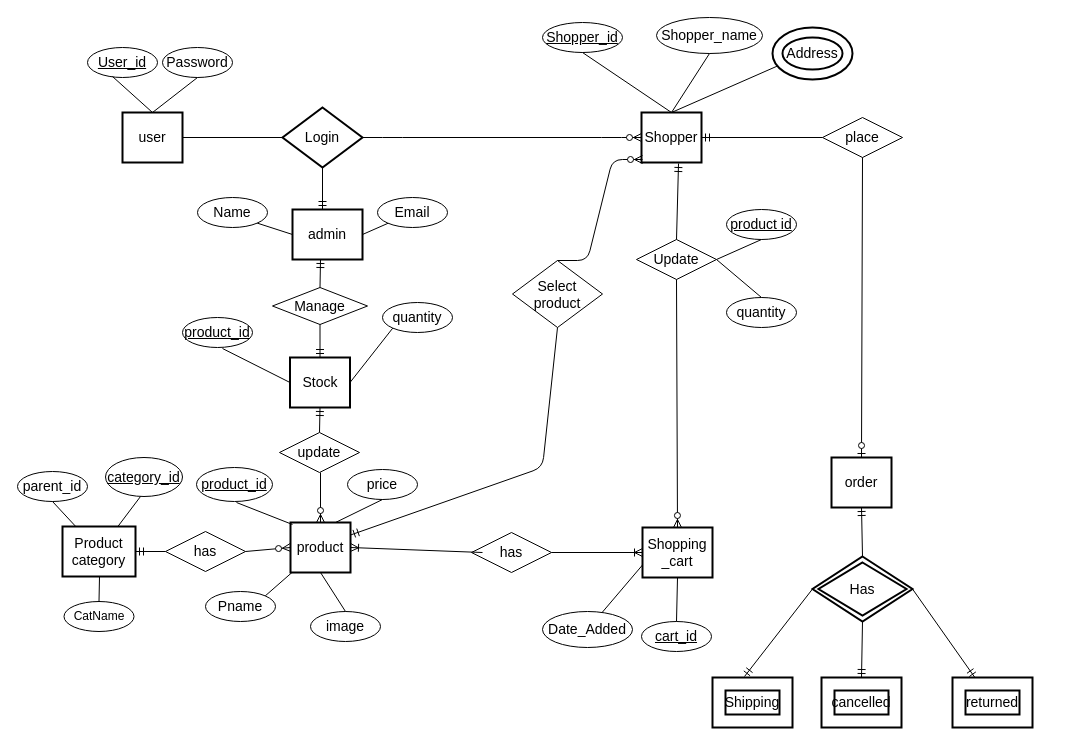
This is DBMS/DBMS-Assignment-1/StoreFront.drawio from meta-rahul-vijay/GET-2019-Assignment, a draw.io file, before an edit. Source tidied: cells renumbered, new cells numbered last; positions are measured from the earlier drawing's top-left corner, leaving out a move shared by most shapes. Both pictures are drawn from the tidied source at 100%, with x=0, y=0 at pixel (17, 17).
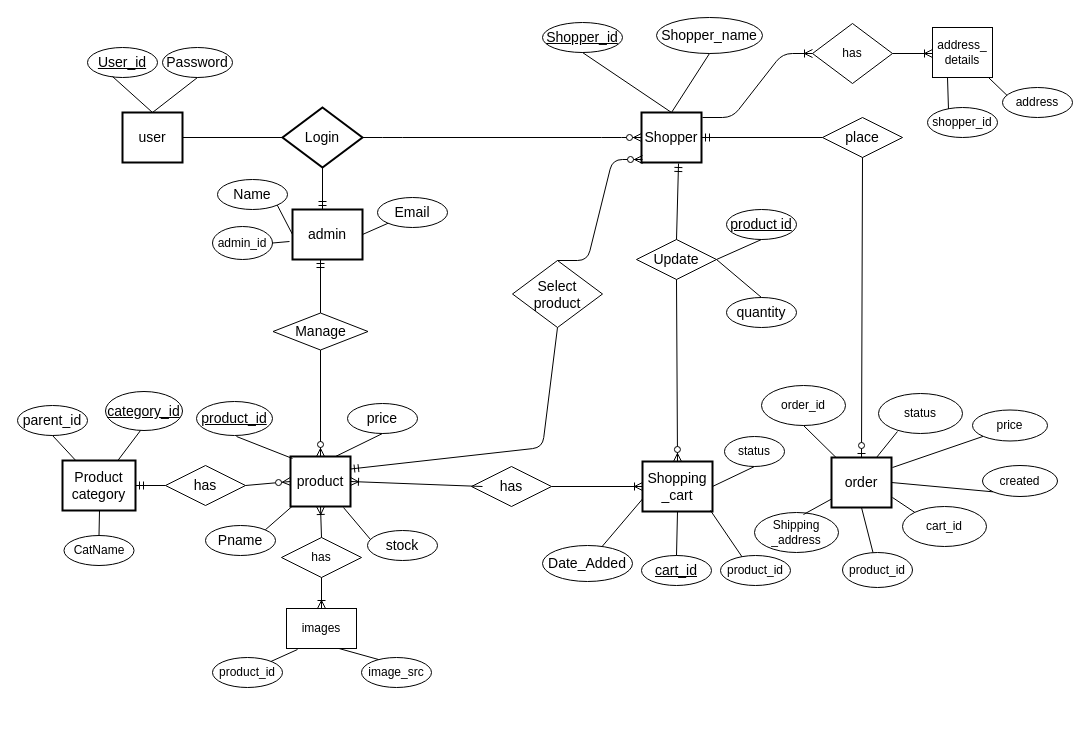
The same page after the edit.

The change refers to these unchanged cells:
```xml
<mxCell id="6" value="Shopper" style="strokeWidth=2;whiteSpace=wrap;html=1;align=center;fontSize=14;" parent="1" vertex="1">
  <mxGeometry x="624" y="95" width="60" height="50" as="geometry" />
</mxCell>
<mxCell id="35" value="&lt;font style=&quot;font-size: 14px;&quot;&gt;order&lt;/font&gt;" style="strokeWidth=2;whiteSpace=wrap;html=1;align=center;fontSize=14;" parent="1" vertex="1">
  <mxGeometry x="814" y="440" width="60" height="50" as="geometry" />
</mxCell>
<mxCell id="56" value="Select&lt;br style=&quot;font-size: 14px;&quot;&gt;product" style="rhombus;whiteSpace=wrap;html=1;fontSize=14;" parent="1" vertex="1">
  <mxGeometry x="495" y="243" width="90" height="67" as="geometry" />
</mxCell>
```

The edit, as a diff of the source:
```diff
@@
     <mxCell id="9" value="Name" style="ellipse;whiteSpace=wrap;html=1;fontSize=14;" parent="1" vertex="1">
-      <mxGeometry x="180" y="180" width="70" height="30" as="geometry" />
+      <mxGeometry x="200" y="162" width="70" height="30" as="geometry" />
     </mxCell>
@@
     <mxCell id="15" value="&lt;font style=&quot;font-size: 14px&quot;&gt;Shopping&lt;br&gt;_cart&lt;/font&gt;" style="strokeWidth=2;whiteSpace=wrap;html=1;align=center;fontSize=14;" parent="1" vertex="1">
-      <mxGeometry x="625" y="510" width="70" height="50" as="geometry" />
+      <mxGeometry x="625" y="444" width="70" height="50" as="geometry" />
     </mxCell>
@@
     <mxCell id="17" value="has" style="rhombus;whiteSpace=wrap;html=1;fontSize=14;" parent="1" vertex="1">
-      <mxGeometry x="454" y="515" width="80" height="40" as="geometry" />
+      <mxGeometry x="454" y="449" width="80" height="40" as="geometry" />
     </mxCell>
     <mxCell id="18" value="&lt;font style=&quot;font-size: 14px;&quot;&gt;product&lt;/font&gt;" style="strokeWidth=2;whiteSpace=wrap;html=1;align=center;fontSize=14;" parent="1" vertex="1">
-      <mxGeometry x="273" y="505" width="60" height="50" as="geometry" />
+      <mxGeometry x="273" y="439" width="60" height="50" as="geometry" />
     </mxCell>
     <mxCell id="19" value="has" style="rhombus;whiteSpace=wrap;html=1;fontSize=14;" parent="1" vertex="1">
-      <mxGeometry x="148" y="514" width="80" height="40" as="geometry" />
+      <mxGeometry x="148" y="448" width="80" height="40" as="geometry" />
     </mxCell>
     <mxCell id="20" value="&lt;span style=&quot;font-size: 14px&quot;&gt;Product&lt;br&gt;category&lt;/span&gt;" style="strokeWidth=2;whiteSpace=wrap;html=1;align=center;fontSize=14;" parent="1" vertex="1">
-      <mxGeometry x="45" y="509" width="73" height="50" as="geometry" />
+      <mxGeometry x="45" y="443" width="73" height="50" as="geometry" />
     </mxCell>
     <mxCell id="21" value="Date_Added" style="ellipse;whiteSpace=wrap;html=1;fontSize=14;" parent="1" vertex="1">
-      <mxGeometry x="525" y="594" width="90" height="36" as="geometry" />
+      <mxGeometry x="525" y="528" width="90" height="36" as="geometry" />
     </mxCell>
     <mxCell id="22" value="&lt;u style=&quot;font-size: 14px;&quot;&gt;cart_id&lt;/u&gt;" style="ellipse;whiteSpace=wrap;html=1;fontSize=14;" parent="1" vertex="1">
-      <mxGeometry x="624" y="604" width="70" height="30" as="geometry" />
+      <mxGeometry x="624" y="538" width="70" height="30" as="geometry" />
     </mxCell>
@@
     <mxCell id="24" style="fontSize=14;html=1;endArrow=ERoneToMany;entryX=1;entryY=0.5;entryDx=0;entryDy=0;exitX=0;exitY=0.5;exitDx=0;exitDy=0;" parent="1" edge="1" target="18">
       <mxGeometry relative="1" as="geometry">
-        <mxPoint x="465" y="535" as="sourcePoint" />
+        <mxPoint x="465" y="469" as="sourcePoint" />
       </mxGeometry>
     </mxCell>
@@
     <mxCell id="27" value="Pname" style="ellipse;whiteSpace=wrap;html=1;fontSize=14;" parent="1" vertex="1">
-      <mxGeometry x="188" y="574" width="70" height="30" as="geometry" />
+      <mxGeometry x="188" y="508" width="70" height="30" as="geometry" />
     </mxCell>
     <mxCell id="28" value="&lt;u style=&quot;font-size: 14px;&quot;&gt;product_id&lt;/u&gt;" style="ellipse;whiteSpace=wrap;html=1;fontSize=14;" parent="1" vertex="1">
-      <mxGeometry x="179" y="450" width="76" height="34" as="geometry" />
+      <mxGeometry x="179" y="384" width="76" height="34" as="geometry" />
     </mxCell>
     <mxCell id="29" value="price" style="ellipse;whiteSpace=wrap;html=1;fontSize=14;" parent="1" vertex="1">
-      <mxGeometry x="330" y="452" width="70" height="30" as="geometry" />
+      <mxGeometry x="330" y="386" width="70" height="30" as="geometry" />
     </mxCell>
-    <mxCell id="30" value="image" style="ellipse;whiteSpace=wrap;html=1;fontSize=14;" parent="1" vertex="1">
-      <mxGeometry x="293" y="594" width="70" height="30" as="geometry" />
+    <mxCell id="30" value="stock" style="ellipse;whiteSpace=wrap;html=1;fontSize=14;" parent="1" vertex="1">
+      <mxGeometry x="350" y="513" width="70" height="30" as="geometry" />
     </mxCell>
     <mxCell id="31" value="&lt;font style=&quot;font-size: 14px&quot;&gt;parent_id&lt;/font&gt;" style="ellipse;whiteSpace=wrap;html=1;" parent="1" vertex="1">
-      <mxGeometry y="454" width="70" height="30" as="geometry" />
+      <mxGeometry y="388" width="70" height="30" as="geometry" />
     </mxCell>
     <mxCell id="32" value="CatName" style="ellipse;whiteSpace=wrap;html=1;" parent="1" vertex="1">
-      <mxGeometry x="46.5" y="584" width="70" height="30" as="geometry" />
+      <mxGeometry x="46.5" y="518" width="70" height="30" as="geometry" />
     </mxCell>
     <mxCell id="33" value="&lt;u style=&quot;font-size: 14px&quot;&gt;category_id&lt;/u&gt;" style="ellipse;whiteSpace=wrap;html=1;fontSize=14;" parent="1" vertex="1">
-      <mxGeometry x="88" y="440" width="77" height="39" as="geometry" />
+      <mxGeometry x="88" y="374" width="77" height="39" as="geometry" />
     </mxCell>
@@
-    <mxCell id="36" value="&lt;font style=&quot;font-size: 14px;&quot;&gt;Shipping&lt;/font&gt;" style="shape=ext;strokeWidth=2;margin=10;double=1;whiteSpace=wrap;html=1;align=center;fontSize=14;" parent="1" vertex="1">
-      <mxGeometry x="695" y="660" width="80" height="50" as="geometry" />
-    </mxCell>
-    <mxCell id="37" value="Has" style="shape=rhombus;double=1;strokeWidth=2;fontSize=14;perimeter=rhombusPerimeter;whiteSpace=wrap;html=1;align=center;fontSize=14;" parent="1" vertex="1">
-      <mxGeometry x="795" y="539" width="100" height="65" as="geometry" />
-    </mxCell>
-    <mxCell id="38" value="&lt;font style=&quot;font-size: 14px;&quot;&gt;cancelled&lt;/font&gt;" style="shape=ext;strokeWidth=2;margin=10;double=1;whiteSpace=wrap;html=1;align=center;fontSize=14;" parent="1" vertex="1">
-      <mxGeometry x="804" y="660" width="80" height="50" as="geometry" />
-    </mxCell>
-    <mxCell id="39" value="&lt;font style=&quot;font-size: 14px;&quot;&gt;returned&lt;/font&gt;" style="shape=ext;strokeWidth=2;margin=10;double=1;whiteSpace=wrap;html=1;align=center;fontSize=14;" parent="1" vertex="1">
-      <mxGeometry x="935" y="660" width="80" height="50" as="geometry" />
-    </mxCell>
@@
     <mxCell id="41" value="Manage" style="rhombus;whiteSpace=wrap;html=1;fontSize=14;" parent="1" vertex="1">
-      <mxGeometry x="255" y="270" width="95" height="37" as="geometry" />
+      <mxGeometry x="255.5" y="295.5" width="95" height="37" as="geometry" />
     </mxCell>
@@
-    <mxCell id="43" value="&lt;span style=&quot;font-size: 14px;&quot;&gt;Stock&lt;/span&gt;" style="strokeWidth=2;whiteSpace=wrap;html=1;align=center;fontSize=14;" parent="1" vertex="1">
-      <mxGeometry x="272.5" y="340" width="60" height="50" as="geometry" />
-    </mxCell>
-    <mxCell id="44" value="&lt;u style=&quot;font-size: 14px;&quot;&gt;product_id&lt;/u&gt;" style="ellipse;whiteSpace=wrap;html=1;fontSize=14;" parent="1" vertex="1">
-      <mxGeometry x="165" y="300" width="70" height="30" as="geometry" />
-    </mxCell>
-    <mxCell id="45" value="quantity" style="ellipse;whiteSpace=wrap;html=1;fontSize=14;" parent="1" vertex="1">
-      <mxGeometry x="365" y="285" width="70" height="30" as="geometry" />
-    </mxCell>
@@
-    <mxCell id="47" style="fontSize=14;html=1;endArrow=ERmandOne;exitX=0;exitY=0.5;exitDx=0;exitDy=0;entryX=0.4;entryY=-0.02;entryDx=0;entryDy=0;entryPerimeter=0;" parent="1" edge="1" source="37" target="36">
-      <mxGeometry relative="1" as="geometry" />
-    </mxCell>
-    <mxCell id="48" style="fontSize=14;html=1;endArrow=ERmandOne;exitX=1;exitY=0.5;exitDx=0;exitDy=0;" parent="1" edge="1" source="37" target="39">
-      <mxGeometry relative="1" as="geometry" />
-    </mxCell>
-    <mxCell id="49" style="fontSize=14;html=1;endArrow=ERmandOne;entryX=0.5;entryY=1;entryDx=0;entryDy=0;exitX=0.5;exitY=0;exitDx=0;exitDy=0;" parent="1" edge="1" source="37" target="35">
-      <mxGeometry relative="1" as="geometry" />
-    </mxCell>
-    <mxCell id="50" style="fontSize=14;html=1;endArrow=ERmandOne;entryX=0.5;entryY=1;entryDx=0;entryDy=0;exitX=0.5;exitY=0;exitDx=0;exitDy=0;" parent="1" edge="1" source="84" target="43">
-      <mxGeometry relative="1" as="geometry" />
-    </mxCell>
@@
-    <mxCell id="53" style="fontSize=14;html=1;endArrow=ERmandOne;entryX=0.5;entryY=0;entryDx=0;entryDy=0;exitX=0.5;exitY=1;exitDx=0;exitDy=0;" parent="1" edge="1" source="41" target="43">
-      <mxGeometry relative="1" as="geometry" />
-    </mxCell>
-    <mxCell id="54" style="fontSize=14;html=1;endArrow=ERmandOne;exitX=0.5;exitY=1;exitDx=0;exitDy=0;entryX=0.5;entryY=0;entryDx=0;entryDy=0;" parent="1" edge="1" source="37" target="38">
-      <mxGeometry relative="1" as="geometry" />
-    </mxCell>
@@
     <mxCell id="57" style="fontSize=14;html=1;endArrow=ERmandOne;exitX=0.5;exitY=1;exitDx=0;exitDy=0;entryX=1;entryY=0.25;entryDx=0;entryDy=0;" parent="1" edge="1" source="56" target="18">
       <mxGeometry relative="1" as="geometry">
         <Array as="points">
-          <mxPoint x="525" y="450" />
+          <mxPoint x="525" y="430" />
         </Array>
       </mxGeometry>
     </mxCell>
@@
-    <mxCell id="67" style="endArrow=none;html=1;exitX=0;exitY=0.5;exitDx=0;exitDy=0;fontSize=14;" parent="1" edge="1" source="43">
-      <mxGeometry relative="1" as="geometry">
-        <mxPoint x="205" y="331" as="targetPoint" />
-      </mxGeometry>
-    </mxCell>
-    <mxCell id="68" style="endArrow=none;html=1;exitX=0;exitY=1;exitDx=0;exitDy=0;entryX=1;entryY=0.5;entryDx=0;entryDy=0;fontSize=14;" parent="1" edge="1" source="45" target="43">
-      <mxGeometry relative="1" as="geometry" />
-    </mxCell>
@@
     <mxCell id="72" style="endArrow=none;html=1;exitX=0.033;exitY=0.04;exitDx=0;exitDy=0;exitPerimeter=0;fontSize=14;" parent="1" edge="1" source="18">
       <mxGeometry relative="1" as="geometry">
-        <mxPoint x="219" y="485" as="targetPoint" />
+        <mxPoint x="219" y="419" as="targetPoint" />
       </mxGeometry>
     </mxCell>
@@
-    <mxCell id="74" style="endArrow=none;html=1;exitX=0.5;exitY=0;exitDx=0;exitDy=0;entryX=0.5;entryY=1;entryDx=0;entryDy=0;fontSize=14;" parent="1" edge="1" target="18">
-      <mxGeometry relative="1" as="geometry">
-        <mxPoint x="328" y="594" as="sourcePoint" />
-      </mxGeometry>
+    <mxCell id="74" style="endArrow=none;html=1;exitX=0.043;exitY=0.3;exitDx=0;exitDy=0;entryX=0.883;entryY=1.02;entryDx=0;entryDy=0;fontSize=14;exitPerimeter=0;entryPerimeter=0;" parent="1" edge="1" source="30" target="18">
+      <mxGeometry relative="1" as="geometry" />
     </mxCell>
@@
     <mxCell id="76" style="endArrow=none;html=1;entryX=0.5;entryY=1;entryDx=0;entryDy=0;fontSize=14;" parent="1" edge="1" source="20">
       <mxGeometry relative="1" as="geometry">
-        <mxPoint x="123" y="479" as="targetPoint" />
+        <mxPoint x="123" y="413" as="targetPoint" />
       </mxGeometry>
     </mxCell>
@@
     <mxCell id="78" style="endArrow=none;html=1;exitX=0.5;exitY=0;exitDx=0;exitDy=0;fontSize=14;" parent="1" edge="1" source="32">
       <mxGeometry relative="1" as="geometry">
-        <mxPoint x="82" y="559" as="targetPoint" />
+        <mxPoint x="82" y="493" as="targetPoint" />
       </mxGeometry>
     </mxCell>
@@
-    <mxCell id="81" style="endArrow=none;html=1;exitX=0.5;exitY=0;exitDx=0;exitDy=0;entryX=0;entryY=1;entryDx=0;entryDy=0;fontSize=14;" parent="1" edge="1" source="6">
-      <mxGeometry relative="1" as="geometry">
-        <mxPoint x="764.3" y="46.6" as="targetPoint" />
-      </mxGeometry>
-    </mxCell>
-    <mxCell id="82" value="&lt;font style=&quot;font-size: 14px;&quot;&gt;Address&lt;/font&gt;" style="ellipse;shape=doubleEllipse;margin=10;strokeWidth=2;fontSize=14;whiteSpace=wrap;html=1;align=center;" parent="1" vertex="1">
-      <mxGeometry x="755" y="10" width="80" height="52" as="geometry" />
-    </mxCell>
-    <mxCell id="83" style="edgeStyle=none;rounded=0;orthogonalLoop=1;jettySize=auto;html=1;exitX=0;exitY=1;exitDx=0;exitDy=0;fontSize=14;" parent="1" edge="1" source="82" target="82">
-      <mxGeometry relative="1" as="geometry" />
+    <mxCell id="83" style="edgeStyle=none;rounded=0;orthogonalLoop=1;jettySize=auto;html=1;exitX=0;exitY=1;exitDx=0;exitDy=0;fontSize=14;" parent="1" edge="1">
+      <mxGeometry relative="1" as="geometry">
+        <mxPoint x="766.7" y="54.4" as="sourcePoint" />
+        <mxPoint x="766.6" y="54.3" as="targetPoint" />
+      </mxGeometry>
     </mxCell>
-    <mxCell id="84" value="update" style="rhombus;whiteSpace=wrap;html=1;fontSize=14;" parent="1" vertex="1">
-      <mxGeometry x="262" y="415" width="80" height="40" as="geometry" />
-    </mxCell>
-    <mxCell id="85" style="fontSize=14;html=1;endArrow=ERzeroToMany;endFill=1;entryX=0.5;entryY=0;entryDx=0;entryDy=0;" parent="1" edge="1" target="18">
-      <mxGeometry relative="1" as="geometry">
-        <mxPoint x="303" y="455" as="sourcePoint" />
-      </mxGeometry>
+    <mxCell id="85" style="fontSize=14;html=1;endArrow=ERzeroToMany;endFill=1;entryX=0.5;entryY=0;entryDx=0;entryDy=0;exitX=0.5;exitY=1;exitDx=0;exitDy=0;" parent="1" edge="1" source="41" target="18">
+      <mxGeometry relative="1" as="geometry" />
     </mxCell>
+    <mxCell id="86" value="order_id" style="ellipse;whiteSpace=wrap;html=1;" parent="1" vertex="1">
+      <mxGeometry x="744" y="368" width="84" height="40" as="geometry" />
+    </mxCell>
+    <mxCell id="87" value="status" style="ellipse;whiteSpace=wrap;html=1;" parent="1" vertex="1">
+      <mxGeometry x="861" y="376" width="84" height="40" as="geometry" />
+    </mxCell>
+    <mxCell id="88" value="cart_id" style="ellipse;whiteSpace=wrap;html=1;" parent="1" vertex="1">
+      <mxGeometry x="885" y="489" width="84" height="40" as="geometry" />
+    </mxCell>
+    <mxCell id="89" value="Shipping&lt;br&gt;_address" style="ellipse;whiteSpace=wrap;html=1;" parent="1" vertex="1">
+      <mxGeometry x="737" y="495" width="84" height="40" as="geometry" />
+    </mxCell>
+    <mxCell id="90" style="endArrow=none;html=1;entryX=0.5;entryY=1;entryDx=0;entryDy=0;" parent="1" edge="1" source="35" target="86">
+      <mxGeometry relative="1" as="geometry" />
+    </mxCell>
+    <mxCell id="91" style="endArrow=none;html=1;entryX=0.226;entryY=0.95;entryDx=0;entryDy=0;entryPerimeter=0;exitX=0.75;exitY=0;exitDx=0;exitDy=0;" parent="1" edge="1" source="35" target="87">
+      <mxGeometry relative="1" as="geometry" />
+    </mxCell>
+    <mxCell id="92" style="endArrow=none;html=1;entryX=0.583;entryY=0.05;entryDx=0;entryDy=0;entryPerimeter=0;" parent="1" edge="1" source="35" target="89">
+      <mxGeometry relative="1" as="geometry" />
+    </mxCell>
+    <mxCell id="93" style="endArrow=none;html=1;exitX=0;exitY=0;exitDx=0;exitDy=0;" parent="1" edge="1" source="88">
+      <mxGeometry relative="1" as="geometry">
+        <mxPoint x="875" y="480" as="targetPoint" />
+      </mxGeometry>
+    </mxCell>
+    <mxCell id="94" value="admin_id" style="ellipse;whiteSpace=wrap;html=1;" parent="1" vertex="1">
+      <mxGeometry x="195" y="209" width="60" height="33" as="geometry" />
+    </mxCell>
+    <mxCell id="95" style="endArrow=none;html=1;exitX=1;exitY=0.5;exitDx=0;exitDy=0;" parent="1" edge="1" source="94">
+      <mxGeometry relative="1" as="geometry">
+        <mxPoint x="272" y="224" as="targetPoint" />
+      </mxGeometry>
+    </mxCell>
+    <mxCell id="96" value="has" style="rhombus;whiteSpace=wrap;html=1;" parent="1" vertex="1">
+      <mxGeometry x="264" y="520" width="80" height="40" as="geometry" />
+    </mxCell>
+    <mxCell id="97" value="images" style="rounded=0;whiteSpace=wrap;html=1;" parent="1" vertex="1">
+      <mxGeometry x="269" y="591" width="70" height="40" as="geometry" />
+    </mxCell>
+    <mxCell id="98" style="fontSize=12;html=1;endArrow=ERoneToMany;entryX=0.5;entryY=1;entryDx=0;entryDy=0;exitX=0.5;exitY=0;exitDx=0;exitDy=0;" parent="1" edge="1" source="96" target="18">
+      <mxGeometry relative="1" as="geometry" />
+    </mxCell>
+    <mxCell id="99" style="fontSize=12;html=1;endArrow=ERoneToMany;entryX=0.5;entryY=0;entryDx=0;entryDy=0;exitX=0.5;exitY=1;exitDx=0;exitDy=0;" parent="1" edge="1" source="96" target="97">
+      <mxGeometry relative="1" as="geometry" />
+    </mxCell>
+    <mxCell id="100" value="product_id" style="ellipse;whiteSpace=wrap;html=1;" parent="1" vertex="1">
+      <mxGeometry x="195" y="640" width="70" height="30" as="geometry" />
+    </mxCell>
+    <mxCell id="101" value="image_src" style="ellipse;whiteSpace=wrap;html=1;" parent="1" vertex="1">
+      <mxGeometry x="344" y="640" width="70" height="30" as="geometry" />
+    </mxCell>
+    <mxCell id="102" style="endArrow=none;html=1;entryX=0.157;entryY=1.025;entryDx=0;entryDy=0;entryPerimeter=0;" parent="1" edge="1" source="100" target="97">
+      <mxGeometry relative="1" as="geometry" />
+    </mxCell>
+    <mxCell id="103" style="endArrow=none;html=1;entryX=0.75;entryY=1;entryDx=0;entryDy=0;exitX=0.243;exitY=0.067;exitDx=0;exitDy=0;exitPerimeter=0;" parent="1" edge="1" source="101" target="97">
+      <mxGeometry relative="1" as="geometry" />
+    </mxCell>
+    <mxCell id="104" style="edgeStyle=entityRelationEdgeStyle;fontSize=12;html=1;endArrow=ERoneToMany;entryX=0;entryY=0.5;entryDx=0;entryDy=0;" parent="1" edge="1" target="105">
+      <mxGeometry relative="1" as="geometry">
+        <mxPoint x="685" y="100" as="sourcePoint" />
+      </mxGeometry>
+    </mxCell>
+    <mxCell id="105" value="has" style="rhombus;whiteSpace=wrap;html=1;" parent="1" vertex="1">
+      <mxGeometry x="795" y="6" width="80" height="60" as="geometry" />
+    </mxCell>
+    <mxCell id="106" style="fontSize=12;html=1;endArrow=ERoneToMany;exitX=1;exitY=0.5;exitDx=0;exitDy=0;" parent="1" edge="1" source="105">
+      <mxGeometry relative="1" as="geometry">
+        <mxPoint x="915" y="36" as="targetPoint" />
+      </mxGeometry>
+    </mxCell>
+    <mxCell id="107" value="address_&lt;br&gt;details" style="rounded=0;whiteSpace=wrap;html=1;" parent="1" vertex="1">
+      <mxGeometry x="915" y="10" width="60" height="50" as="geometry" />
+    </mxCell>
+    <mxCell id="108" style="endArrow=none;html=1;entryX=0.25;entryY=1;entryDx=0;entryDy=0;exitX=0.3;exitY=0.075;exitDx=0;exitDy=0;exitPerimeter=0;" parent="1" edge="1" source="109" target="107">
+      <mxGeometry relative="1" as="geometry" />
+    </mxCell>
+    <mxCell id="109" value="shopper_id" style="ellipse;whiteSpace=wrap;html=1;" parent="1" vertex="1">
+      <mxGeometry x="910" y="90" width="70" height="30" as="geometry" />
+    </mxCell>
+    <mxCell id="110" style="endArrow=none;html=1;exitX=0.067;exitY=0.267;exitDx=0;exitDy=0;exitPerimeter=0;" parent="1" edge="1" source="111" target="107">
+      <mxGeometry relative="1" as="geometry" />
+    </mxCell>
+    <mxCell id="111" value="address" style="ellipse;whiteSpace=wrap;html=1;" parent="1" vertex="1">
+      <mxGeometry x="985" y="70" width="70" height="30" as="geometry" />
+    </mxCell>
+    <mxCell id="112" style="endArrow=none;html=1;entryX=0.971;entryY=0.98;entryDx=0;entryDy=0;entryPerimeter=0;" parent="1" edge="1" target="15">
+      <mxGeometry relative="1" as="geometry">
+        <mxPoint x="725" y="540" as="sourcePoint" />
+      </mxGeometry>
+    </mxCell>
+    <mxCell id="113" value="product_id" style="ellipse;whiteSpace=wrap;html=1;" parent="1" vertex="1">
+      <mxGeometry x="703" y="538" width="70" height="30" as="geometry" />
+    </mxCell>
+    <mxCell id="114" value="price" style="ellipse;whiteSpace=wrap;html=1;" parent="1" vertex="1">
+      <mxGeometry x="955" y="392.5" width="75" height="31" as="geometry" />
+    </mxCell>
+    <mxCell id="115" value="created" style="ellipse;whiteSpace=wrap;html=1;" parent="1" vertex="1">
+      <mxGeometry x="965" y="448" width="75" height="31" as="geometry" />
+    </mxCell>
+    <mxCell id="116" style="endArrow=none;html=1;entryX=0;entryY=1;entryDx=0;entryDy=0;" parent="1" edge="1" target="114">
+      <mxGeometry relative="1" as="geometry">
+        <mxPoint x="875" y="450" as="sourcePoint" />
+      </mxGeometry>
+    </mxCell>
+    <mxCell id="117" style="endArrow=none;html=1;exitX=1;exitY=0.5;exitDx=0;exitDy=0;entryX=0;entryY=1;entryDx=0;entryDy=0;" parent="1" edge="1" source="35" target="115">
+      <mxGeometry relative="1" as="geometry" />
+    </mxCell>
+    <mxCell id="118" value="product_id" style="ellipse;whiteSpace=wrap;html=1;" parent="1" vertex="1">
+      <mxGeometry x="825" y="535" width="70" height="35" as="geometry" />
+    </mxCell>
+    <mxCell id="119" style="endArrow=none;html=1;entryX=0.5;entryY=1;entryDx=0;entryDy=0;" parent="1" edge="1" source="118" target="35">
+      <mxGeometry relative="1" as="geometry" />
+    </mxCell>
+    <mxCell id="120" value="status" style="ellipse;whiteSpace=wrap;html=1;" parent="1" vertex="1">
+      <mxGeometry x="707" y="419" width="60" height="30" as="geometry" />
+    </mxCell>
+    <mxCell id="121" style="endArrow=none;html=1;exitX=1;exitY=0.5;exitDx=0;exitDy=0;entryX=0.5;entryY=1;entryDx=0;entryDy=0;" parent="1" edge="1" source="15" target="120">
+      <mxGeometry relative="1" as="geometry" />
+    </mxCell>
```
